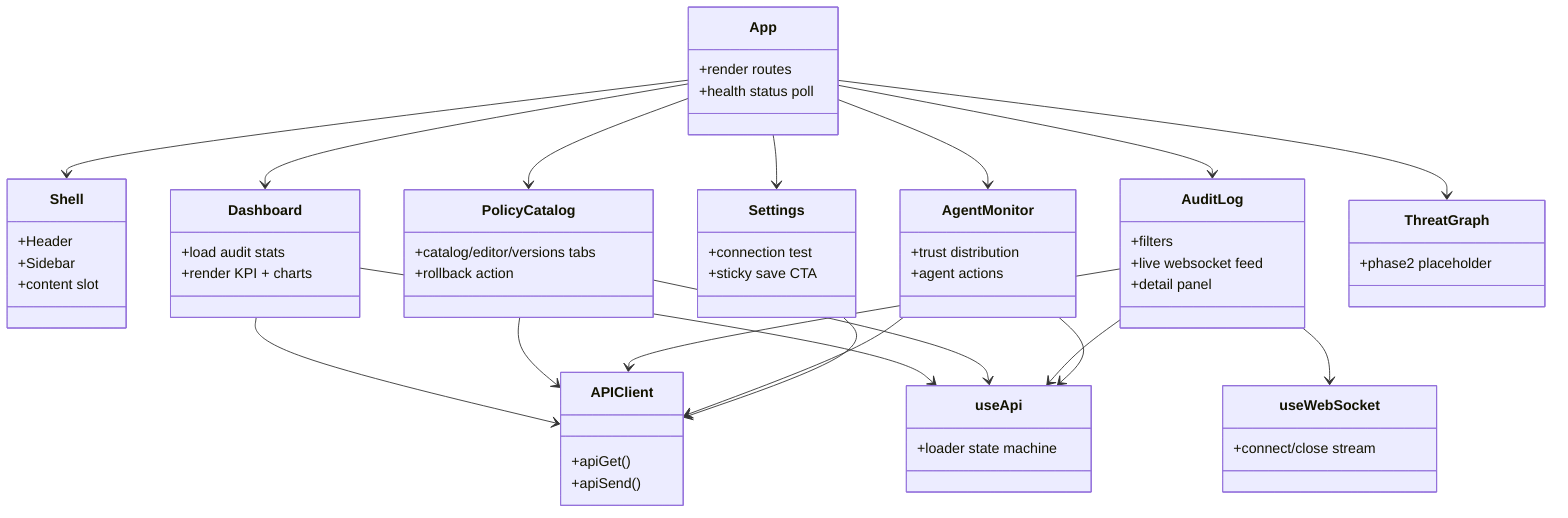
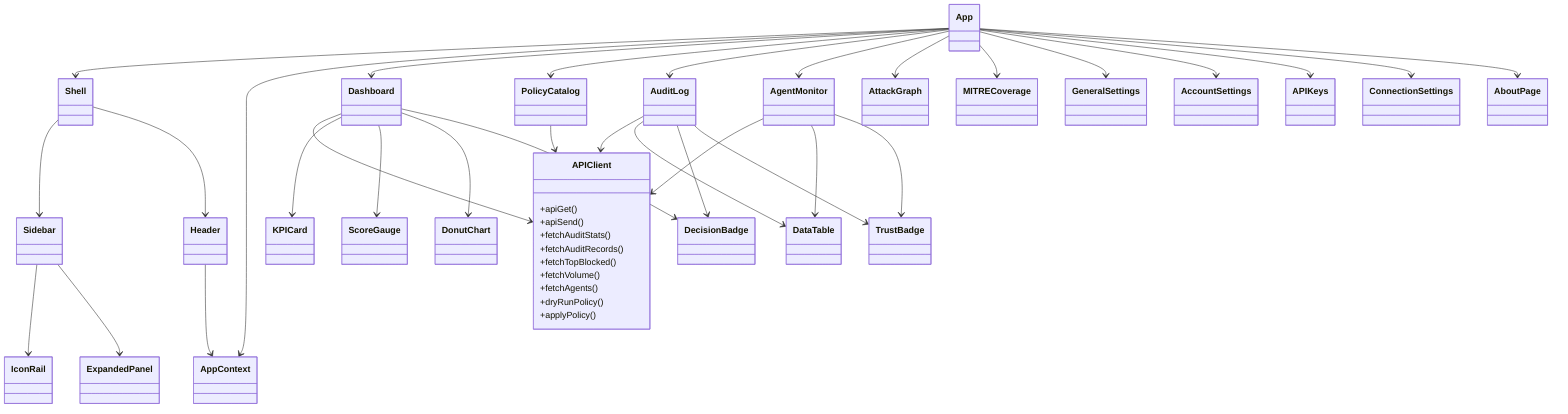
classDiagram
-   class App {
-     +render routes
-     +health status poll
-   }
-   class Shell {
-     +Header
-     +Sidebar
-     +content slot
-   }
-   class Dashboard {
-     +load audit stats
-     +render KPI + charts
-   }
-   class PolicyCatalog {
-     +catalog/editor/versions tabs
-     +rollback action
-   }
-   class AuditLog {
-     +filters
-     +live websocket feed
-     +detail panel
-   }
-   class AgentMonitor {
-     +trust distribution
-     +agent actions
-   }
-   class Settings {
-     +connection test
-     +sticky save CTA
-   }
-   class ThreatGraph {
-     +phase2 placeholder
-   }
+   class App
+   class AppContext
  class APIClient {
    +apiGet()
    +apiSend()
-   }
-   class useApi {
-     +loader state machine
-   }
-   class useWebSocket {
-     +connect/close stream
+     +fetchAuditStats()
+     +fetchAuditRecords()
+     +fetchTopBlocked()
+     +fetchVolume()
+     +fetchAgents()
+     +dryRunPolicy()
+     +applyPolicy()
  }

+   class Shell
+   class Sidebar
+   class IconRail
+   class ExpandedPanel
+   class Header
+ 
+   class Dashboard
+   class PolicyCatalog
+   class AuditLog
+   class AgentMonitor
+   class AttackGraph
+   class MITRECoverage
+   class GeneralSettings
+   class AccountSettings
+   class APIKeys
+   class ConnectionSettings
+   class AboutPage
+ 
+   class KPICard
+   class DecisionBadge
+   class TrustBadge
+   class ScoreGauge
+   class DonutChart
+   class DataTable
+ 
  App --> Shell
+   App --> AppContext
  App --> Dashboard
  App --> PolicyCatalog
  App --> AuditLog
  App --> AgentMonitor
-   App --> Settings
-   App --> ThreatGraph
+   App --> AttackGraph
+   App --> MITRECoverage
+   App --> GeneralSettings
+   App --> AccountSettings
+   App --> APIKeys
+   App --> ConnectionSettings
+   App --> AboutPage
+ 
+   Shell --> Sidebar
+   Shell --> Header
+   Sidebar --> IconRail
+   Sidebar --> ExpandedPanel
+   Header --> AppContext
+ 
  Dashboard --> APIClient
+   Dashboard --> KPICard
+   Dashboard --> ScoreGauge
+   Dashboard --> DonutChart
+   Dashboard --> DecisionBadge
+ 
  PolicyCatalog --> APIClient
-   AuditLog --> useWebSocket
+ 
  AuditLog --> APIClient
+   AuditLog --> DataTable
+   AuditLog --> DecisionBadge
+   AuditLog --> TrustBadge
+ 
  AgentMonitor --> APIClient
-   Settings --> APIClient
-   Dashboard --> useApi
-   PolicyCatalog --> useApi
-   AuditLog --> useApi
-   AgentMonitor --> useApi
+   AgentMonitor --> DataTable
+   AgentMonitor --> TrustBadge
